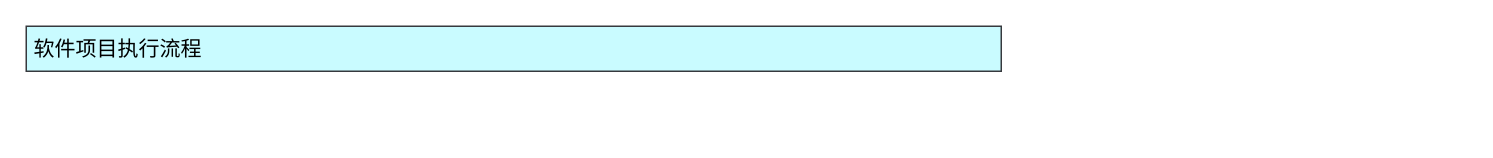
Before: 未命名绘图.drawio in pingxinerlun/Demo, a draw.io diagram. Source tidied: cells renumbered, new cells numbered last; positions are measured from the earlier drawing's top-left corner, leaving out a move shared by most shapes. Both pictures are drawn from the tidied source at 150%, with x=0, y=0 at pixel (26, 26).
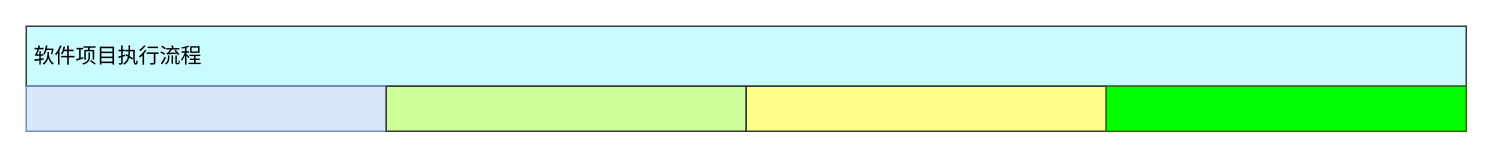
The same diagram, later.

Diff of the diagram source:
```diff
@@
 <mxGraphModel>
   <root>
     <mxCell id="0" />
     <mxCell id="1" parent="0" />
     <mxCell id="2" value="&amp;nbsp;&lt;font style=&quot;font-size: 14px&quot;&gt;软件项目执行流程&lt;/font&gt;" style="rounded=0;whiteSpace=wrap;html=1;strokeColor=#36393d;fillColor=#C9FBFF;align=left;" parent="1" vertex="1">
-      <mxGeometry width="650" height="30" as="geometry" />
+      <mxGeometry width="960" height="40" as="geometry" />
     </mxCell>
+    <mxCell id="3" style="rounded=0;whiteSpace=wrap;html=1;fillColor=#dae8fc;align=left;strokeColor=#6c8ebf;" parent="1" vertex="1">
+      <mxGeometry y="40" width="240" height="30" as="geometry" />
+    </mxCell>
+    <mxCell id="4" style="rounded=0;whiteSpace=wrap;html=1;align=left;strokeColor=#36393d;fillColor=#CCFF99;" parent="1" vertex="1">
+      <mxGeometry x="240" y="40" width="240" height="30" as="geometry" />
+    </mxCell>
+    <mxCell id="5" style="rounded=0;whiteSpace=wrap;html=1;fillColor=#ffff88;align=left;strokeColor=#36393d;" parent="1" vertex="1">
+      <mxGeometry x="480" y="40" width="240" height="30" as="geometry" />
+    </mxCell>
+    <mxCell id="6" style="rounded=0;whiteSpace=wrap;html=1;align=left;strokeColor=#2D7600;fontColor=#ffffff;fillColor=#00FF00;" parent="1" vertex="1">
+      <mxGeometry x="720" y="40" width="240" height="30" as="geometry" />
+    </mxCell>
   </root>
 </mxGraphModel>
```
